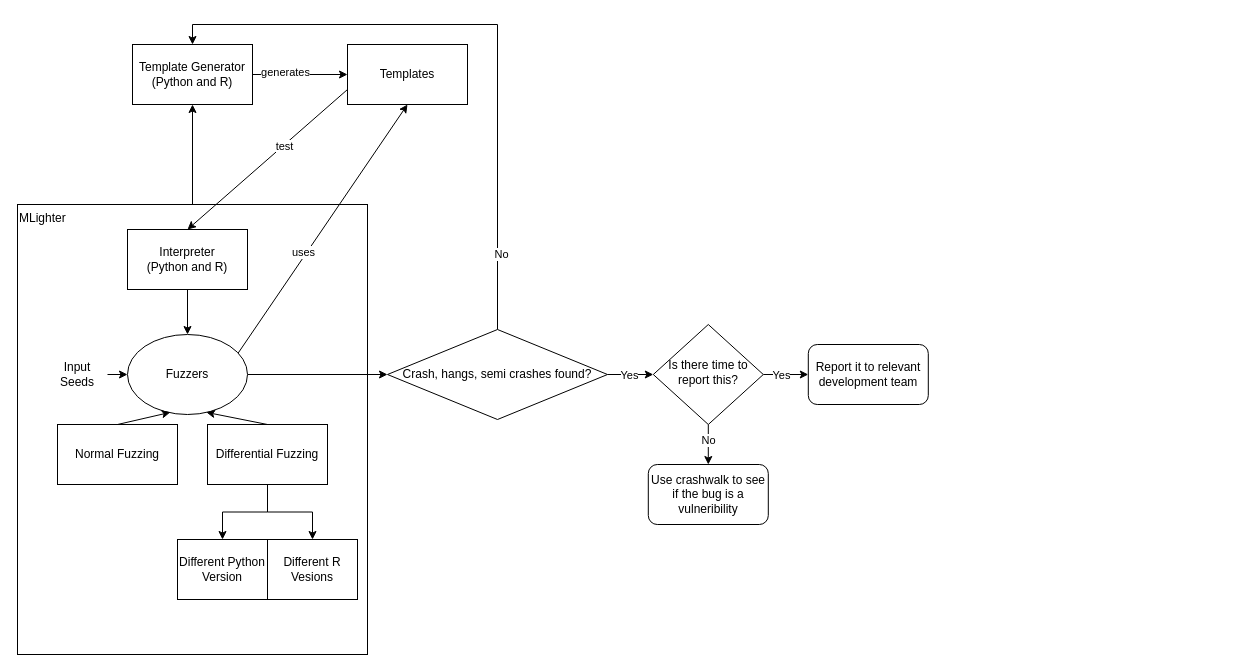
This is GenAndFuzz.drawio from GloC99/diagrams, a draw.io file, before an edit. Source tidied: cells renumbered, new cells numbered last; positions are measured from the earlier drawing's top-left corner, leaving out a move shared by most shapes. Both pictures are drawn from the tidied source at 100%, with x=0, y=0 at pixel (17, 44).
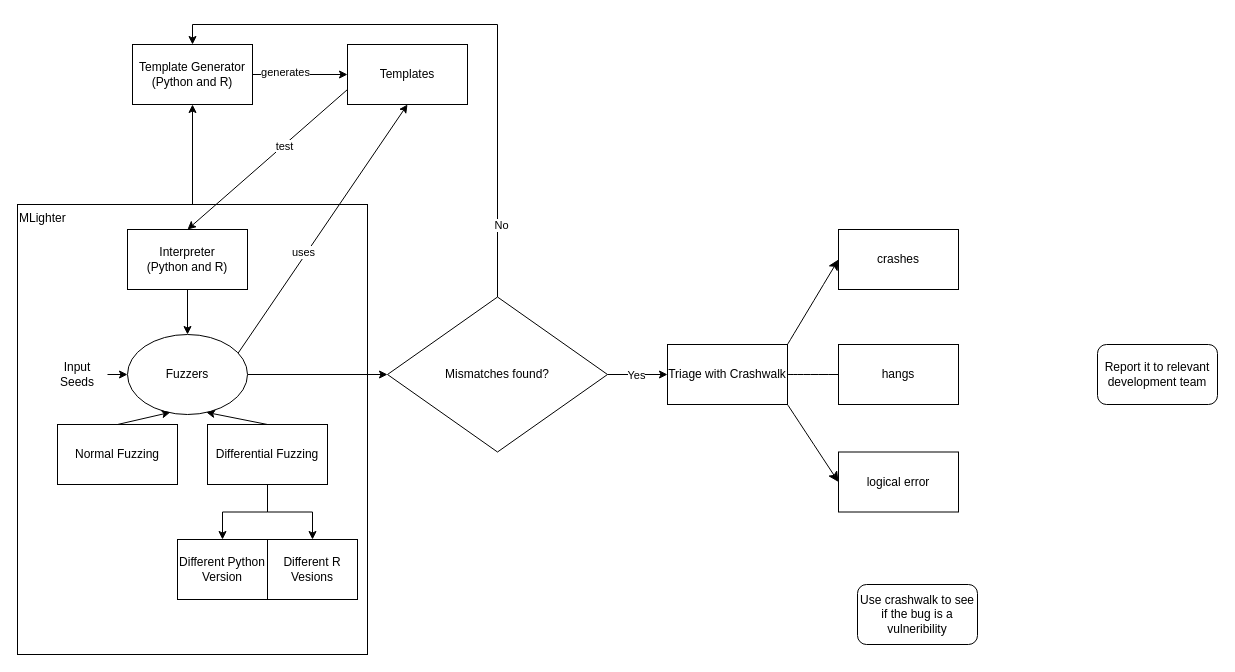
After the change.

Diff of the diagram source:
```diff
@@
-    <mxCell id="28" style="edgeStyle=orthogonalEdgeStyle;rounded=0;jettySize=auto;html=1;exitX=1;exitY=0.5;exitDx=0;exitDy=0;entryX=0;entryY=0.5;entryDx=0;entryDy=0;" parent="1" edge="1" source="30" target="35">
+    <mxCell id="28" style="edgeStyle=orthogonalEdgeStyle;rounded=0;jettySize=auto;html=1;exitX=1;exitY=0.5;exitDx=0;exitDy=0;entryX=0;entryY=0.5;entryDx=0;entryDy=0;" parent="1" edge="1" source="30" target="41">
       <mxGeometry relative="1" as="geometry" />
     </mxCell>
@@
-    <mxCell id="30" value="Crash, hangs, semi crashes found?" style="rhombus;whiteSpace=wrap;html=1;" parent="1" vertex="1">
-      <mxGeometry x="370" y="285" width="220" height="90" as="geometry" />
+    <mxCell id="30" value="Mismatches found?" style="rhombus;whiteSpace=wrap;html=1;" parent="1" vertex="1">
+      <mxGeometry x="370" y="252.5" width="220" height="155" as="geometry" />
     </mxCell>
-    <mxCell id="31" style="edgeStyle=orthogonalEdgeStyle;rounded=0;jettySize=auto;html=1;" parent="1" edge="1" source="35" target="37">
-      <mxGeometry relative="1" as="geometry" />
-    </mxCell>
-    <mxCell id="32" value="No" style="edgeLabel;html=1;align=center;verticalAlign=middle;" parent="31" vertex="1">
-      <mxGeometry x="-0.24" y="3" relative="1" as="geometry">
-        <mxPoint x="-3" as="offset" />
-      </mxGeometry>
-    </mxCell>
-    <mxCell id="33" style="edgeStyle=orthogonalEdgeStyle;rounded=0;jettySize=auto;html=1;" parent="1" edge="1" source="35" target="36">
-      <mxGeometry relative="1" as="geometry" />
-    </mxCell>
-    <mxCell id="34" value="Yes" style="edgeLabel;html=1;align=center;verticalAlign=middle;" parent="33" vertex="1">
-      <mxGeometry x="-0.44" y="3" relative="1" as="geometry">
-        <mxPoint x="5" y="3" as="offset" />
-      </mxGeometry>
-    </mxCell>
-    <mxCell id="35" value="Is there time to report this?" style="rhombus;whiteSpace=wrap;html=1;shadow=0;fontFamily=Helvetica;fontSize=12;align=center;strokeWidth=1;spacing=6;spacingTop=-4;" parent="1" vertex="1">
-      <mxGeometry x="635.8" y="280" width="110" height="100" as="geometry" />
-    </mxCell>
     <mxCell id="36" value="Report it to relevant development team" style="rounded=1;whiteSpace=wrap;html=1;" parent="1" vertex="1">
-      <mxGeometry x="790.8" y="300" width="120" height="60" as="geometry" />
+      <mxGeometry x="1080" y="300" width="120" height="60" as="geometry" />
     </mxCell>
     <mxCell id="37" value="Use crashwalk to see if the bug is a vulneribility" style="rounded=1;whiteSpace=wrap;html=1;" parent="1" vertex="1">
-      <mxGeometry x="630.8" y="420" width="120" height="60" as="geometry" />
+      <mxGeometry x="840" y="540" width="120" height="60" as="geometry" />
     </mxCell>
+    <mxCell id="38" style="edgeStyle=none;curved=1;rounded=0;jettySize=auto;html=1;exitX=1;exitY=0;exitDx=0;exitDy=0;entryX=0;entryY=0.5;entryDx=0;entryDy=0;fontSize=12;startSize=8;endSize=8;" parent="1" edge="1" source="41" target="42">
+      <mxGeometry relative="1" as="geometry" />
+    </mxCell>
+    <mxCell id="39" style="edgeStyle=none;curved=1;rounded=0;jettySize=auto;html=1;exitX=1;exitY=0.5;exitDx=0;exitDy=0;entryX=0;entryY=0.5;entryDx=0;entryDy=0;fontSize=12;startSize=8;endSize=8;" parent="1" edge="1" source="41" target="43">
+      <mxGeometry relative="1" as="geometry" />
+    </mxCell>
+    <mxCell id="40" style="edgeStyle=none;curved=1;rounded=0;jettySize=auto;html=1;exitX=1;exitY=1;exitDx=0;exitDy=0;entryX=0;entryY=0.5;entryDx=0;entryDy=0;fontSize=12;startSize=8;endSize=8;" parent="1" edge="1" source="41" target="44">
+      <mxGeometry relative="1" as="geometry" />
+    </mxCell>
+    <mxCell id="41" value="Triage with Crashwalk" style="rounded=0;whiteSpace=wrap;html=1;" parent="1" vertex="1">
+      <mxGeometry x="650" y="300" width="120" height="60" as="geometry" />
+    </mxCell>
+    <mxCell id="42" value="crashes" style="rounded=0;whiteSpace=wrap;html=1;" parent="1" vertex="1">
+      <mxGeometry x="821" y="185" width="120" height="60" as="geometry" />
+    </mxCell>
+    <mxCell id="43" value="hangs" style="rounded=0;whiteSpace=wrap;html=1;direction=west;" parent="1" vertex="1">
+      <mxGeometry x="821" y="300" width="120" height="60" as="geometry" />
+    </mxCell>
+    <mxCell id="44" value="logical error" style="rounded=0;whiteSpace=wrap;html=1;" parent="1" vertex="1">
+      <mxGeometry x="821" y="407.5" width="120" height="60" as="geometry" />
+    </mxCell>
```
